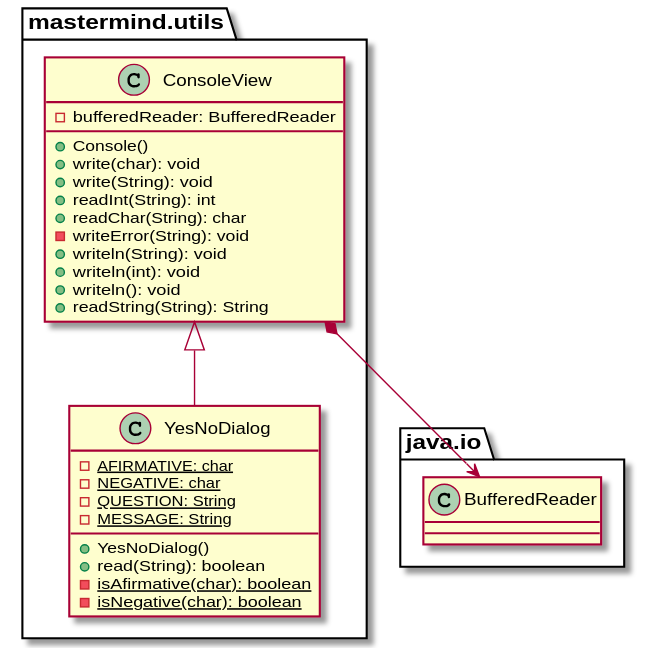
This is docs/images/mastermindUtils.svg from mahuerta/MasterMind, a PlantUML export, as it was before one commit. The source it was exported from:
```plantuml
@startuml
class  mastermind.utils.ConsoleView{
- bufferedReader: BufferedReader
+ Console()
+ write(char): void
+ write(String): void
+ readInt(String): int
+ readChar(String): char
- writeError(String): void
+ writeln(String): void
+ writeln(int): void
+ writeln(): void
+ readString(String): String
}
mastermind.utils.ConsoleView *-down-> java.io.BufferedReader

class  mastermind.utils.YesNoDialog{
- {static} AFIRMATIVE: char
- {static} NEGATIVE: char
- {static} QUESTION: String
- {static} MESSAGE: String
+ YesNoDialog()
+ read(String): boolean
- {static} isAfirmative(char): boolean
- {static} isNegative(char): boolean
}
mastermind.utils.ConsoleView <|-down- mastermind.utils.YesNoDialog
@enduml
```
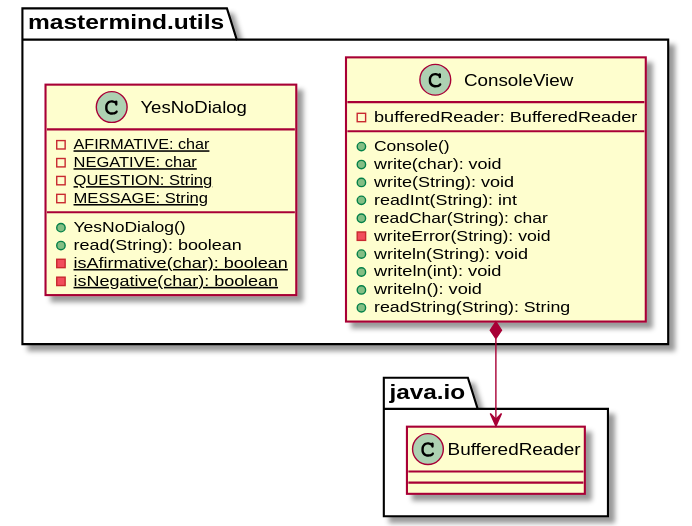
After the commit.

Commit message:
Diagrama de Utils

Diff of the diagram source:
```diff
@@ -12,7 +12,6 @@
 + writeln(): void
 + readString(String): String
 }
-mastermind.utils.ConsoleView *-down-> java.io.BufferedReader
 
 class  mastermind.utils.YesNoDialog{
 - {static} AFIRMATIVE: char
@@ -24,5 +23,6 @@
 - {static} isAfirmative(char): boolean
 - {static} isNegative(char): boolean
 }
-mastermind.utils.ConsoleView <|-down- mastermind.utils.YesNoDialog
+
+mastermind.utils.ConsoleView *-down-> java.io.BufferedReader
 @enduml
```
